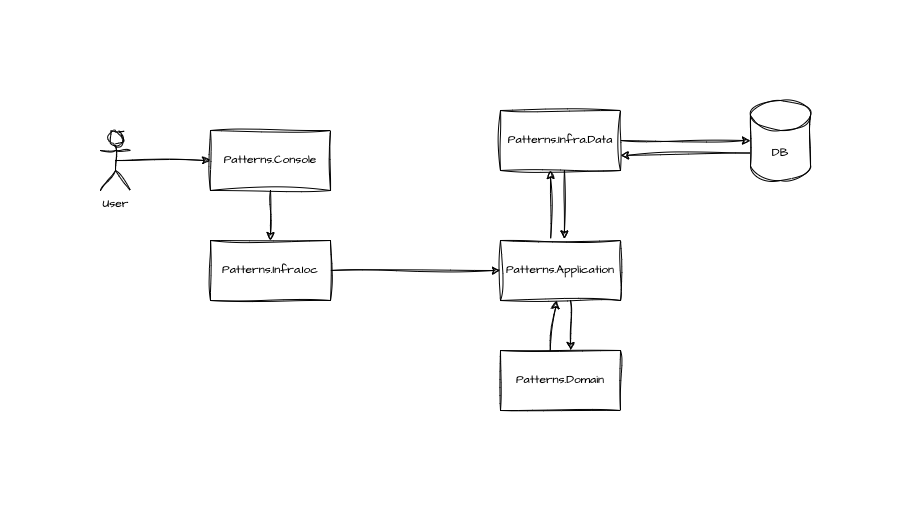
Before: docs/AppFlow.drawio.png, a diagram exported from draw.io (theMyntt/PracticesStudy). Source tidied: cells renumbered, new cells last; positions are measured from the earlier drawing's top-left corner, leaving out a move shared by most shapes. Source of this version:
```xml
<mxGraphModel background="#ffffff">
  <root>
    <mxCell id="0" />
    <mxCell id="1" parent="0" />
    <mxCell id="2" style="edgeStyle=orthogonalEdgeStyle;rounded=0;sketch=1;hachureGap=4;jiggle=2;curveFitting=1;jettySize=auto;html=1;exitX=0.5;exitY=1;exitDx=0;exitDy=0;entryX=0.5;entryY=0;entryDx=0;entryDy=0;fontFamily=Architects Daughter;fontSource=https%3A%2F%2Ffonts.googleapis.com%2Fcss%3Ffamily%3DArchitects%2BDaughter;" parent="1" edge="1" source="3" target="5">
      <mxGeometry relative="1" as="geometry" />
    </mxCell>
    <mxCell id="3" value="Patterns.Console" style="rounded=0;whiteSpace=wrap;html=1;sketch=1;hachureGap=4;jiggle=2;curveFitting=1;fontFamily=Architects Daughter;fontSource=https%3A%2F%2Ffonts.googleapis.com%2Fcss%3Ffamily%3DArchitects%2BDaughter;" parent="1" vertex="1">
      <mxGeometry x="110" y="30" width="120" height="60" as="geometry" />
    </mxCell>
    <mxCell id="4" style="edgeStyle=none;rounded=0;sketch=1;hachureGap=4;jiggle=2;curveFitting=1;jettySize=auto;html=1;exitX=1;exitY=0.5;exitDx=0;exitDy=0;entryX=0;entryY=0.5;entryDx=0;entryDy=0;fontFamily=Architects Daughter;fontSource=https%3A%2F%2Ffonts.googleapis.com%2Fcss%3Ffamily%3DArchitects%2BDaughter;" parent="1" edge="1" source="5" target="10">
      <mxGeometry relative="1" as="geometry" />
    </mxCell>
    <mxCell id="5" value="Patterns.Infra.Ioc" style="rounded=0;whiteSpace=wrap;html=1;sketch=1;hachureGap=4;jiggle=2;curveFitting=1;fontFamily=Architects Daughter;fontSource=https%3A%2F%2Ffonts.googleapis.com%2Fcss%3Ffamily%3DArchitects%2BDaughter;" parent="1" vertex="1">
      <mxGeometry x="110" y="140" width="120" height="60" as="geometry" />
    </mxCell>
    <mxCell id="6" style="edgeStyle=none;rounded=0;sketch=1;hachureGap=4;jiggle=2;curveFitting=1;jettySize=auto;html=1;exitX=1;exitY=0.5;exitDx=0;exitDy=0;fontFamily=Architects Daughter;fontSource=https%3A%2F%2Ffonts.googleapis.com%2Fcss%3Ffamily%3DArchitects%2BDaughter;" parent="1" edge="1" source="7" target="13">
      <mxGeometry relative="1" as="geometry" />
    </mxCell>
    <mxCell id="7" value="Patterns.Infra.Data" style="rounded=0;whiteSpace=wrap;html=1;sketch=1;hachureGap=4;jiggle=2;curveFitting=1;fontFamily=Architects Daughter;fontSource=https%3A%2F%2Ffonts.googleapis.com%2Fcss%3Ffamily%3DArchitects%2BDaughter;" parent="1" vertex="1">
      <mxGeometry x="400" y="10" width="120" height="60" as="geometry" />
    </mxCell>
    <mxCell id="8" style="edgeStyle=orthogonalEdgeStyle;rounded=0;sketch=1;hachureGap=4;jiggle=2;curveFitting=1;orthogonalLoop=1;jettySize=auto;html=1;exitX=0.5;exitY=1;exitDx=0;exitDy=0;fontFamily=Architects Daughter;fontSource=https%3A%2F%2Ffonts.googleapis.com%2Fcss%3Ffamily%3DArchitects%2BDaughter;" parent="1" edge="1">
      <mxGeometry relative="1" as="geometry">
        <mxPoint x="470" y="200" as="sourcePoint" />
        <mxPoint x="470" y="250" as="targetPoint" />
      </mxGeometry>
    </mxCell>
    <mxCell id="9" style="rounded=0;sketch=1;hachureGap=4;jiggle=2;curveFitting=1;orthogonalLoop=1;jettySize=auto;html=1;exitX=0.5;exitY=0;exitDx=0;exitDy=0;entryX=0.5;entryY=1;entryDx=0;entryDy=0;fontFamily=Architects Daughter;fontSource=https%3A%2F%2Ffonts.googleapis.com%2Fcss%3Ffamily%3DArchitects%2BDaughter;" parent="1" edge="1">
      <mxGeometry relative="1" as="geometry">
        <mxPoint x="450" y="140" as="sourcePoint" />
        <mxPoint x="450" y="70" as="targetPoint" />
      </mxGeometry>
    </mxCell>
    <mxCell id="10" value="Patterns.Application" style="rounded=0;whiteSpace=wrap;html=1;sketch=1;hachureGap=4;jiggle=2;curveFitting=1;fontFamily=Architects Daughter;fontSource=https%3A%2F%2Ffonts.googleapis.com%2Fcss%3Ffamily%3DArchitects%2BDaughter;" parent="1" vertex="1">
      <mxGeometry x="400" y="140" width="120" height="60" as="geometry" />
    </mxCell>
    <mxCell id="11" value="Patterns.Domain" style="rounded=0;whiteSpace=wrap;html=1;sketch=1;hachureGap=4;jiggle=2;curveFitting=1;fontFamily=Architects Daughter;fontSource=https%3A%2F%2Ffonts.googleapis.com%2Fcss%3Ffamily%3DArchitects%2BDaughter;" parent="1" vertex="1">
      <mxGeometry x="400" y="250" width="120" height="60" as="geometry" />
    </mxCell>
    <mxCell id="12" style="edgeStyle=none;rounded=0;sketch=1;hachureGap=4;jiggle=2;curveFitting=1;jettySize=auto;html=1;exitX=0;exitY=0;exitDx=0;exitDy=52.5;exitPerimeter=0;entryX=1;entryY=0.75;entryDx=0;entryDy=0;fontFamily=Architects Daughter;fontSource=https%3A%2F%2Ffonts.googleapis.com%2Fcss%3Ffamily%3DArchitects%2BDaughter;" parent="1" edge="1" source="13" target="7">
      <mxGeometry relative="1" as="geometry" />
    </mxCell>
    <mxCell id="13" value="DB" style="shape=cylinder3;whiteSpace=wrap;html=1;boundedLbl=1;backgroundOutline=1;size=15;sketch=1;hachureGap=4;jiggle=2;curveFitting=1;fontFamily=Architects Daughter;fontSource=https%3A%2F%2Ffonts.googleapis.com%2Fcss%3Ffamily%3DArchitects%2BDaughter;" parent="1" vertex="1">
      <mxGeometry x="650" width="60" height="80" as="geometry" />
    </mxCell>
    <mxCell id="14" style="rounded=0;sketch=1;hachureGap=4;jiggle=2;curveFitting=1;jettySize=auto;html=1;fontFamily=Architects Daughter;fontSource=https%3A%2F%2Ffonts.googleapis.com%2Fcss%3Ffamily%3DArchitects%2BDaughter;entryX=0.532;entryY=-0.026;entryDx=0;entryDy=0;entryPerimeter=0;" parent="1" edge="1" target="10">
      <mxGeometry relative="1" as="geometry">
        <mxPoint x="464" y="70" as="sourcePoint" />
      </mxGeometry>
    </mxCell>
    <mxCell id="15" style="rounded=0;sketch=1;hachureGap=4;jiggle=2;curveFitting=1;jettySize=auto;html=1;exitX=0.415;exitY=0;exitDx=0;exitDy=0;fontFamily=Architects Daughter;fontSource=https%3A%2F%2Ffonts.googleapis.com%2Fcss%3Ffamily%3DArchitects%2BDaughter;exitPerimeter=0;" parent="1" edge="1" source="11" target="10">
      <mxGeometry relative="1" as="geometry" />
    </mxCell>
    <mxCell id="16" style="edgeStyle=none;rounded=0;sketch=1;hachureGap=4;jiggle=2;curveFitting=1;jettySize=auto;html=1;exitX=0.5;exitY=0.5;exitDx=0;exitDy=0;exitPerimeter=0;fontFamily=Architects Daughter;fontSource=https%3A%2F%2Ffonts.googleapis.com%2Fcss%3Ffamily%3DArchitects%2BDaughter;" parent="1" edge="1" source="17" target="3">
      <mxGeometry relative="1" as="geometry" />
    </mxCell>
    <mxCell id="17" value="User" style="shape=umlActor;verticalLabelPosition=bottom;verticalAlign=top;html=1;outlineConnect=0;sketch=1;hachureGap=4;jiggle=2;curveFitting=1;fontFamily=Architects Daughter;fontSource=https%3A%2F%2Ffonts.googleapis.com%2Fcss%3Ffamily%3DArchitects%2BDaughter;" parent="1" vertex="1">
      <mxGeometry y="30" width="30" height="60" as="geometry" />
    </mxCell>
  </root>
</mxGraphModel>
```
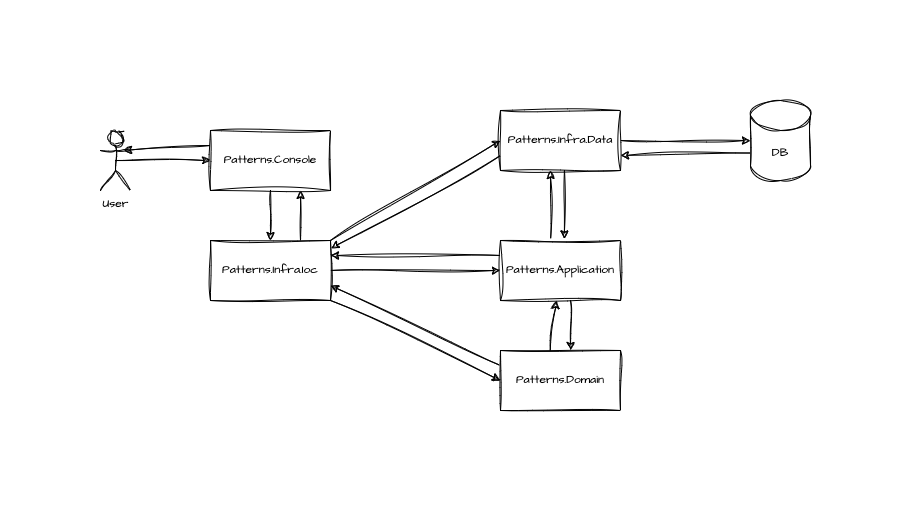
After the change.

Commit message:
docs: application projects flow

Change to the diagram source:
```diff
@@ -11,6 +11,15 @@
     <mxCell id="4" style="edgeStyle=none;rounded=0;sketch=1;hachureGap=4;jiggle=2;curveFitting=1;jettySize=auto;html=1;exitX=1;exitY=0.5;exitDx=0;exitDy=0;entryX=0;entryY=0.5;entryDx=0;entryDy=0;fontFamily=Architects Daughter;fontSource=https%3A%2F%2Ffonts.googleapis.com%2Fcss%3Ffamily%3DArchitects%2BDaughter;" parent="1" edge="1" source="5" target="10">
       <mxGeometry relative="1" as="geometry" />
     </mxCell>
+    <mxCell id="18" style="edgeStyle=none;rounded=0;sketch=1;hachureGap=4;jiggle=2;curveFitting=1;jettySize=auto;html=1;exitX=1;exitY=0;exitDx=0;exitDy=0;entryX=0;entryY=0.5;entryDx=0;entryDy=0;fontFamily=Architects Daughter;fontSource=https%3A%2F%2Ffonts.googleapis.com%2Fcss%3Ffamily%3DArchitects%2BDaughter;" parent="1" edge="1" source="5" target="7">
+      <mxGeometry relative="1" as="geometry" />
+    </mxCell>
+    <mxCell id="19" style="edgeStyle=none;rounded=0;sketch=1;hachureGap=4;jiggle=2;curveFitting=1;jettySize=auto;html=1;exitX=1;exitY=1;exitDx=0;exitDy=0;entryX=0;entryY=0.5;entryDx=0;entryDy=0;fontFamily=Architects Daughter;fontSource=https%3A%2F%2Ffonts.googleapis.com%2Fcss%3Ffamily%3DArchitects%2BDaughter;" parent="1" edge="1" source="5" target="11">
+      <mxGeometry relative="1" as="geometry" />
+    </mxCell>
+    <mxCell id="20" style="edgeStyle=none;rounded=0;sketch=1;hachureGap=4;jiggle=2;curveFitting=1;jettySize=auto;html=1;exitX=0.75;exitY=0;exitDx=0;exitDy=0;entryX=0.75;entryY=1;entryDx=0;entryDy=0;fontFamily=Architects Daughter;fontSource=https%3A%2F%2Ffonts.googleapis.com%2Fcss%3Ffamily%3DArchitects%2BDaughter;" parent="1" edge="1" source="5" target="3">
+      <mxGeometry relative="1" as="geometry" />
+    </mxCell>
     <mxCell id="5" value="Patterns.Infra.Ioc" style="rounded=0;whiteSpace=wrap;html=1;sketch=1;hachureGap=4;jiggle=2;curveFitting=1;fontFamily=Architects Daughter;fontSource=https%3A%2F%2Ffonts.googleapis.com%2Fcss%3Ffamily%3DArchitects%2BDaughter;" parent="1" vertex="1">
       <mxGeometry x="110" y="140" width="120" height="60" as="geometry" />
     </mxCell>
@@ -32,9 +41,15 @@
         <mxPoint x="450" y="70" as="targetPoint" />
       </mxGeometry>
     </mxCell>
+    <mxCell id="21" style="edgeStyle=none;rounded=0;sketch=1;hachureGap=4;jiggle=2;curveFitting=1;jettySize=auto;html=1;exitX=0;exitY=0.25;exitDx=0;exitDy=0;entryX=1;entryY=0.25;entryDx=0;entryDy=0;fontFamily=Architects Daughter;fontSource=https%3A%2F%2Ffonts.googleapis.com%2Fcss%3Ffamily%3DArchitects%2BDaughter;" parent="1" edge="1" source="10" target="5">
+      <mxGeometry relative="1" as="geometry" />
+    </mxCell>
     <mxCell id="10" value="Patterns.Application" style="rounded=0;whiteSpace=wrap;html=1;sketch=1;hachureGap=4;jiggle=2;curveFitting=1;fontFamily=Architects Daughter;fontSource=https%3A%2F%2Ffonts.googleapis.com%2Fcss%3Ffamily%3DArchitects%2BDaughter;" parent="1" vertex="1">
       <mxGeometry x="400" y="140" width="120" height="60" as="geometry" />
     </mxCell>
+    <mxCell id="22" style="edgeStyle=none;rounded=0;sketch=1;hachureGap=4;jiggle=2;curveFitting=1;jettySize=auto;html=1;exitX=0;exitY=0.25;exitDx=0;exitDy=0;entryX=1;entryY=0.75;entryDx=0;entryDy=0;fontFamily=Architects Daughter;fontSource=https%3A%2F%2Ffonts.googleapis.com%2Fcss%3Ffamily%3DArchitects%2BDaughter;" parent="1" edge="1" source="11" target="5">
+      <mxGeometry relative="1" as="geometry" />
+    </mxCell>
     <mxCell id="11" value="Patterns.Domain" style="rounded=0;whiteSpace=wrap;html=1;sketch=1;hachureGap=4;jiggle=2;curveFitting=1;fontFamily=Architects Daughter;fontSource=https%3A%2F%2Ffonts.googleapis.com%2Fcss%3Ffamily%3DArchitects%2BDaughter;" parent="1" vertex="1">
       <mxGeometry x="400" y="250" width="120" height="60" as="geometry" />
     </mxCell>
@@ -58,5 +73,11 @@
     <mxCell id="17" value="User" style="shape=umlActor;verticalLabelPosition=bottom;verticalAlign=top;html=1;outlineConnect=0;sketch=1;hachureGap=4;jiggle=2;curveFitting=1;fontFamily=Architects Daughter;fontSource=https%3A%2F%2Ffonts.googleapis.com%2Fcss%3Ffamily%3DArchitects%2BDaughter;" parent="1" vertex="1">
       <mxGeometry y="30" width="30" height="60" as="geometry" />
     </mxCell>
+    <mxCell id="23" style="edgeStyle=none;rounded=0;sketch=1;hachureGap=4;jiggle=2;curveFitting=1;jettySize=auto;html=1;exitX=0;exitY=0.75;exitDx=0;exitDy=0;entryX=1.004;entryY=0.129;entryDx=0;entryDy=0;entryPerimeter=0;fontFamily=Architects Daughter;fontSource=https%3A%2F%2Ffonts.googleapis.com%2Fcss%3Ffamily%3DArchitects%2BDaughter;" parent="1" edge="1" source="7" target="5">
+      <mxGeometry relative="1" as="geometry" />
+    </mxCell>
+    <mxCell id="24" style="edgeStyle=none;rounded=0;sketch=1;hachureGap=4;jiggle=2;curveFitting=1;jettySize=auto;html=1;exitX=0;exitY=0.25;exitDx=0;exitDy=0;entryX=0.776;entryY=0.331;entryDx=0;entryDy=0;entryPerimeter=0;fontFamily=Architects Daughter;fontSource=https%3A%2F%2Ffonts.googleapis.com%2Fcss%3Ffamily%3DArchitects%2BDaughter;" parent="1" edge="1" source="3" target="17">
+      <mxGeometry relative="1" as="geometry" />
+    </mxCell>
   </root>
 </mxGraphModel>
```
